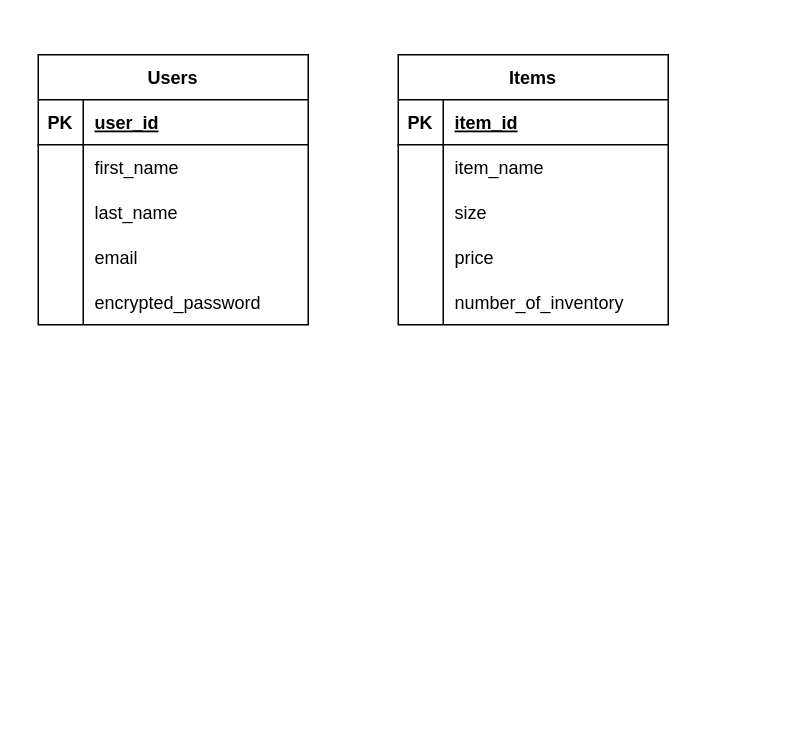
Above: try_on.dio in ryohei8/try_on (draw.io), before the change. Source tidied: cells renumbered, new cells numbered last; positions are measured from the earlier drawing's top-left corner, leaving out a move shared by most shapes. Both pictures are drawn from the tidied source at 150%, with x=0, y=0 at pixel (38, 54).
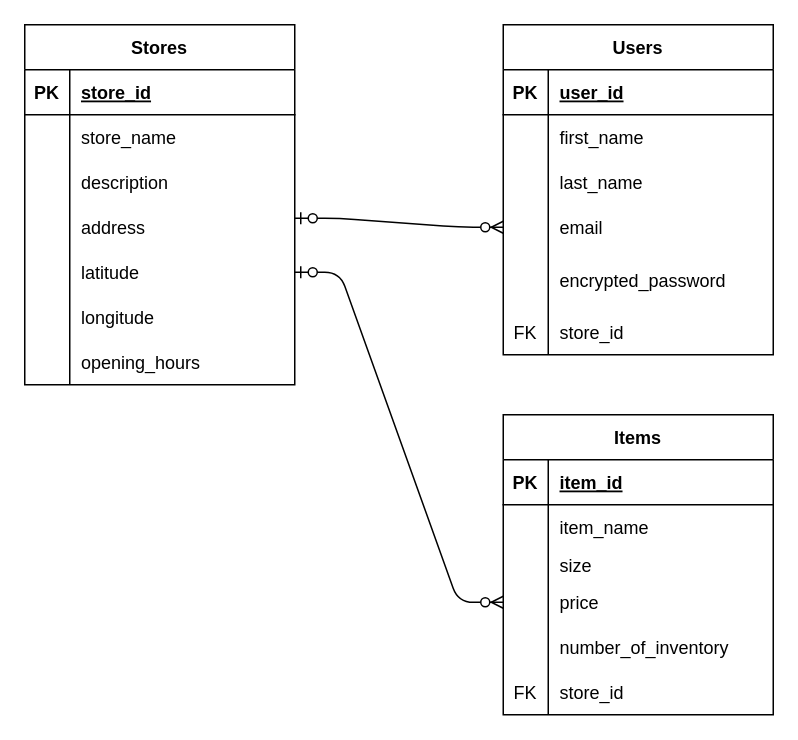
After the change.

Commit message (it also covers changes not shown here):
modify DB design for store

The change refers to these unchanged cells:
```xml
<mxCell id="12" style="shape=tableRow;horizontal=0;startSize=0;swimlaneHead=0;swimlaneBody=0;fillColor=none;points=[[0,0.5],[1,0.5]];portConstraint=eastwest;top=0;left=0;right=0;bottom=0;" parent="2" vertex="1">
  <mxGeometry y="120" width="180" height="30" as="geometry" />
</mxCell>
```

Change to the diagram source:
```diff
@@
     <mxCell id="2" value="Users" style="shape=table;startSize=30;childLayout=tableLayout;rowLines=0;fontStyle=1;align=center;" parent="1" vertex="1">
-      <mxGeometry width="180" height="180" as="geometry" />
+      <mxGeometry x="310" y="-20" width="180" height="220" as="geometry" />
     </mxCell>
@@
     <mxCell id="15" style="shape=tableRow;horizontal=0;startSize=0;swimlaneHead=0;swimlaneBody=0;fillColor=none;top=0;left=0;right=0;bottom=0;" parent="2" vertex="1">
-      <mxGeometry y="150" width="180" height="30" as="geometry" />
+      <mxGeometry y="150" width="180" height="40" as="geometry" />
     </mxCell>
     <mxCell id="16" style="shape=partialRectangle;fillColor=none;top=0;left=0;bottom=0;right=0;overflow=hidden;" parent="15" vertex="1">
-      <mxGeometry width="30" height="30" as="geometry" />
+      <mxGeometry width="30" height="40" as="geometry" />
     </mxCell>
     <mxCell id="17" value="encrypted_password" style="shape=partialRectangle;fillColor=none;top=0;left=0;bottom=0;right=0;align=left;spacingLeft=6;overflow=hidden;" parent="15" vertex="1">
-      <mxGeometry x="30" width="150" height="30" as="geometry" />
+      <mxGeometry x="30" width="150" height="40" as="geometry" />
     </mxCell>
+    <mxCell id="34" style="shape=tableRow;horizontal=0;startSize=0;swimlaneHead=0;swimlaneBody=0;fillColor=none;top=0;left=0;right=0;bottom=0;" parent="2" vertex="1">
+      <mxGeometry y="190" width="180" height="30" as="geometry" />
+    </mxCell>
+    <mxCell id="35" value="FK" style="shape=partialRectangle;fillColor=none;top=0;left=0;bottom=0;right=0;fontStyle=0;overflow=hidden;" parent="34" vertex="1">
+      <mxGeometry width="30" height="30" as="geometry" />
+    </mxCell>
+    <mxCell id="36" value="store_id" style="shape=partialRectangle;fillColor=none;top=0;left=0;bottom=0;right=0;align=left;spacingLeft=6;fontStyle=0;overflow=hidden;" parent="34" vertex="1">
+      <mxGeometry x="30" width="150" height="30" as="geometry" />
+    </mxCell>
     <mxCell id="18" value="Items" style="shape=table;startSize=30;childLayout=tableLayout;rowLines=0;fontStyle=1;align=center;" parent="1" vertex="1">
-      <mxGeometry x="240" width="180" height="180" as="geometry" />
+      <mxGeometry x="310" y="240" width="180" height="200" as="geometry" />
     </mxCell>
@@
     <mxCell id="25" style="shape=tableRow;horizontal=0;startSize=0;swimlaneHead=0;swimlaneBody=0;fillColor=none;top=0;left=0;right=0;bottom=0;" parent="18" vertex="1">
-      <mxGeometry y="90" width="180" height="30" as="geometry" />
+      <mxGeometry y="90" width="180" height="20" as="geometry" />
     </mxCell>
     <mxCell id="26" style="shape=partialRectangle;fillColor=none;top=0;left=0;bottom=0;right=0;overflow=hidden;" parent="25" vertex="1">
-      <mxGeometry width="30" height="30" as="geometry" />
+      <mxGeometry width="30" height="20" as="geometry" />
     </mxCell>
     <mxCell id="27" value="size" style="shape=partialRectangle;fillColor=none;top=0;left=0;bottom=0;right=0;align=left;spacingLeft=6;overflow=hidden;" parent="25" vertex="1">
-      <mxGeometry x="30" width="150" height="30" as="geometry" />
+      <mxGeometry x="30" width="150" height="20" as="geometry" />
     </mxCell>
     <mxCell id="28" style="shape=tableRow;horizontal=0;startSize=0;swimlaneHead=0;swimlaneBody=0;fillColor=none;points=[[0,0.5],[1,0.5]];portConstraint=eastwest;top=0;left=0;right=0;bottom=0;" parent="18" vertex="1">
-      <mxGeometry y="120" width="180" height="30" as="geometry" />
+      <mxGeometry y="110" width="180" height="30" as="geometry" />
     </mxCell>
@@
     <mxCell id="31" style="shape=tableRow;horizontal=0;startSize=0;swimlaneHead=0;swimlaneBody=0;fillColor=none;top=0;left=0;right=0;bottom=0;" parent="18" vertex="1">
-      <mxGeometry y="150" width="180" height="30" as="geometry" />
+      <mxGeometry y="140" width="180" height="30" as="geometry" />
     </mxCell>
@@
+    <mxCell id="37" style="shape=tableRow;horizontal=0;startSize=0;swimlaneHead=0;swimlaneBody=0;fillColor=none;top=0;left=0;right=0;bottom=0;" parent="18" vertex="1">
+      <mxGeometry y="170" width="180" height="30" as="geometry" />
+    </mxCell>
+    <mxCell id="38" value="FK" style="shape=partialRectangle;fillColor=none;top=0;left=0;bottom=0;right=0;fontStyle=0;overflow=hidden;" parent="37" vertex="1">
+      <mxGeometry width="30" height="30" as="geometry" />
+    </mxCell>
+    <mxCell id="39" value="store_id" style="shape=partialRectangle;fillColor=none;top=0;left=0;bottom=0;right=0;align=left;spacingLeft=6;fontStyle=0;overflow=hidden;" parent="37" vertex="1">
+      <mxGeometry x="30" width="150" height="30" as="geometry" />
+    </mxCell>
+    <mxCell id="40" value="Stores" style="shape=table;startSize=30;childLayout=tableLayout;rowLines=0;fontStyle=1;align=center;" parent="1" vertex="1">
+      <mxGeometry x="-9" y="-20" width="180" height="240" as="geometry" />
+    </mxCell>
+    <mxCell id="41" style="shape=tableRow;horizontal=0;startSize=0;swimlaneHead=0;swimlaneBody=0;fillColor=none;top=0;left=0;right=0;bottom=1;" parent="40" vertex="1">
+      <mxGeometry y="30" width="180" height="30" as="geometry" />
+    </mxCell>
+    <mxCell id="42" value="PK" style="shape=partialRectangle;fillColor=none;top=0;left=0;bottom=0;right=0;fontStyle=1;overflow=hidden;" parent="41" vertex="1">
+      <mxGeometry width="30" height="30" as="geometry" />
+    </mxCell>
+    <mxCell id="43" value="store_id" style="shape=partialRectangle;fillColor=none;top=0;left=0;bottom=0;right=0;align=left;spacingLeft=6;fontStyle=5;overflow=hidden;" parent="41" vertex="1">
+      <mxGeometry x="30" width="150" height="30" as="geometry" />
+    </mxCell>
+    <mxCell id="44" style="shape=tableRow;horizontal=0;startSize=0;swimlaneHead=0;swimlaneBody=0;fillColor=none;top=0;left=0;right=0;bottom=0;" parent="40" vertex="1">
+      <mxGeometry y="60" width="180" height="30" as="geometry" />
+    </mxCell>
+    <mxCell id="45" style="shape=partialRectangle;fillColor=none;top=0;left=0;bottom=0;right=0;overflow=hidden;" parent="44" vertex="1">
+      <mxGeometry width="30" height="30" as="geometry" />
+    </mxCell>
+    <mxCell id="46" value="store_name" style="shape=partialRectangle;fillColor=none;top=0;left=0;bottom=0;right=0;align=left;spacingLeft=6;overflow=hidden;" parent="44" vertex="1">
+      <mxGeometry x="30" width="150" height="30" as="geometry" />
+    </mxCell>
+    <mxCell id="47" style="shape=tableRow;horizontal=0;startSize=0;swimlaneHead=0;swimlaneBody=0;fillColor=none;top=0;left=0;right=0;bottom=0;" parent="40" vertex="1">
+      <mxGeometry y="90" width="180" height="30" as="geometry" />
+    </mxCell>
+    <mxCell id="48" style="shape=partialRectangle;fillColor=none;top=0;left=0;bottom=0;right=0;overflow=hidden;" parent="47" vertex="1">
+      <mxGeometry width="30" height="30" as="geometry" />
+    </mxCell>
+    <mxCell id="49" value="description" style="shape=partialRectangle;fillColor=none;top=0;left=0;bottom=0;right=0;align=left;spacingLeft=6;overflow=hidden;" parent="47" vertex="1">
+      <mxGeometry x="30" width="150" height="30" as="geometry" />
+    </mxCell>
+    <mxCell id="50" style="shape=tableRow;horizontal=0;startSize=0;swimlaneHead=0;swimlaneBody=0;fillColor=none;points=[[0,0.5],[1,0.5]];portConstraint=eastwest;top=0;left=0;right=0;bottom=0;" parent="40" vertex="1">
+      <mxGeometry y="120" width="180" height="30" as="geometry" />
+    </mxCell>
+    <mxCell id="51" style="shape=partialRectangle;fillColor=none;top=0;left=0;bottom=0;right=0;overflow=hidden;" parent="50" vertex="1">
+      <mxGeometry width="30" height="30" as="geometry" />
+    </mxCell>
+    <mxCell id="52" value="address" style="shape=partialRectangle;fillColor=none;top=0;left=0;bottom=0;right=0;align=left;spacingLeft=6;overflow=hidden;" parent="50" vertex="1">
+      <mxGeometry x="30" width="150" height="30" as="geometry" />
+    </mxCell>
+    <mxCell id="53" style="shape=tableRow;horizontal=0;startSize=0;swimlaneHead=0;swimlaneBody=0;fillColor=none;points=[[0,0.5],[1,0.5]];portConstraint=eastwest;top=0;left=0;right=0;bottom=0;" parent="40" vertex="1">
+      <mxGeometry y="150" width="180" height="30" as="geometry" />
+    </mxCell>
+    <mxCell id="54" style="shape=partialRectangle;fillColor=none;top=0;left=0;bottom=0;right=0;overflow=hidden;" parent="53" vertex="1">
+      <mxGeometry width="30" height="30" as="geometry" />
+    </mxCell>
+    <mxCell id="55" value="latitude" style="shape=partialRectangle;fillColor=none;top=0;left=0;bottom=0;right=0;align=left;spacingLeft=6;overflow=hidden;" parent="53" vertex="1">
+      <mxGeometry x="30" width="150" height="30" as="geometry" />
+    </mxCell>
+    <mxCell id="56" style="shape=tableRow;horizontal=0;startSize=0;swimlaneHead=0;swimlaneBody=0;fillColor=none;top=0;left=0;right=0;bottom=0;" parent="40" vertex="1">
+      <mxGeometry y="180" width="180" height="30" as="geometry" />
+    </mxCell>
+    <mxCell id="57" style="shape=partialRectangle;fillColor=none;top=0;left=0;bottom=0;right=0;overflow=hidden;" parent="56" vertex="1">
+      <mxGeometry width="30" height="30" as="geometry" />
+    </mxCell>
+    <mxCell id="58" value="longitude" style="shape=partialRectangle;fillColor=none;top=0;left=0;bottom=0;right=0;align=left;spacingLeft=6;overflow=hidden;" parent="56" vertex="1">
+      <mxGeometry x="30" width="150" height="30" as="geometry" />
+    </mxCell>
+    <mxCell id="59" style="shape=tableRow;horizontal=0;startSize=0;swimlaneHead=0;swimlaneBody=0;fillColor=none;top=0;left=0;right=0;bottom=0;" parent="40" vertex="1">
+      <mxGeometry y="210" width="180" height="30" as="geometry" />
+    </mxCell>
+    <mxCell id="60" style="shape=partialRectangle;fillColor=none;top=0;left=0;bottom=0;right=0;overflow=hidden;" parent="59" vertex="1">
+      <mxGeometry width="30" height="30" as="geometry" />
+    </mxCell>
+    <mxCell id="61" value="opening_hours" style="shape=partialRectangle;fillColor=none;top=0;left=0;bottom=0;right=0;align=left;spacingLeft=6;overflow=hidden;" parent="59" vertex="1">
+      <mxGeometry x="30" width="150" height="30" as="geometry" />
+    </mxCell>
+    <mxCell id="62" style="edgeStyle=entityRelationEdgeStyle;fontSize=12;html=1;endArrow=ERzeroToMany;startArrow=ERzeroToOne;entryX=0;entryY=0.5;entryDx=0;entryDy=0;exitX=1;exitY=0.5;exitDx=0;exitDy=0;" parent="1" edge="1" source="53" target="28">
+      <mxGeometry relative="1" as="geometry" />
+    </mxCell>
+    <mxCell id="63" style="edgeStyle=entityRelationEdgeStyle;fontSize=12;html=1;endArrow=ERzeroToMany;startArrow=ERzeroToOne;entryX=0;entryY=0.5;entryDx=0;entryDy=0;exitX=1;exitY=0.3;exitDx=0;exitDy=0;exitPerimeter=0;" parent="1" edge="1" source="50" target="12">
+      <mxGeometry relative="1" as="geometry" />
+    </mxCell>
```
